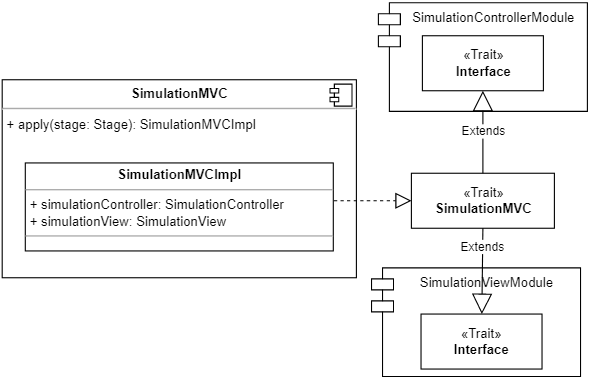
Earlier version of the draw.io export docs/img/simulationMVC.png (AnnaVitali/PPS-22-smartgh). Source tidied: cells renumbered, new cells last; positions are measured from the earlier drawing's top-left corner, leaving out a move shared by most shapes.
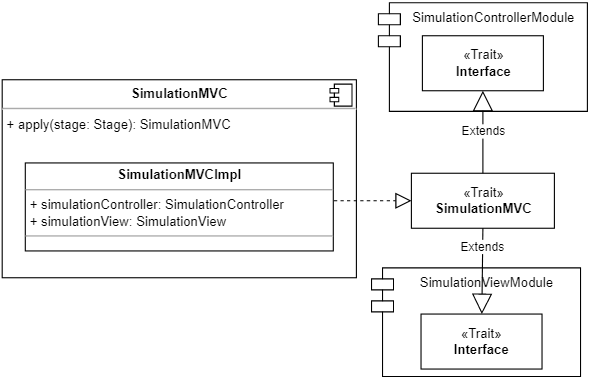
Later version of the same file.

Diff of the diagram source:
```diff
@@ -2,7 +2,7 @@
   <root>
     <mxCell id="0" />
     <mxCell id="1" parent="0" />
-    <mxCell id="2" value="&lt;p style=&quot;margin:0px;margin-top:6px;text-align:center;&quot;&gt;&lt;b&gt;SimulationMVC&lt;/b&gt;&lt;br&gt;&lt;/p&gt;&lt;hr&gt;&lt;p style=&quot;margin:0px;margin-left:4px;&quot;&gt;+ apply(&lt;span style=&quot;background-color: initial;&quot;&gt;stage: Stage&lt;/span&gt;&lt;span style=&quot;background-color: initial;&quot;&gt;): SimulationMVCImpl&lt;/span&gt;&lt;br&gt;&lt;/p&gt;" style="align=left;overflow=fill;html=1;fillColor=default;" parent="1" vertex="1">
+    <mxCell id="2" value="&lt;p style=&quot;margin:0px;margin-top:6px;text-align:center;&quot;&gt;&lt;b&gt;SimulationMVC&lt;/b&gt;&lt;br&gt;&lt;/p&gt;&lt;hr&gt;&lt;p style=&quot;margin:0px;margin-left:4px;&quot;&gt;+ apply(&lt;span style=&quot;background-color: initial;&quot;&gt;stage: Stage&lt;/span&gt;&lt;span style=&quot;background-color: initial;&quot;&gt;): SimulationMVC&lt;/span&gt;&lt;br&gt;&lt;/p&gt;" style="align=left;overflow=fill;html=1;fillColor=default;" parent="1" vertex="1">
       <mxGeometry x="-0.5" y="70" width="322" height="180" as="geometry" />
     </mxCell>
     <mxCell id="3" style="shape=component;jettyWidth=8;jettyHeight=4;fillColor=default;" parent="2" vertex="1">
```
